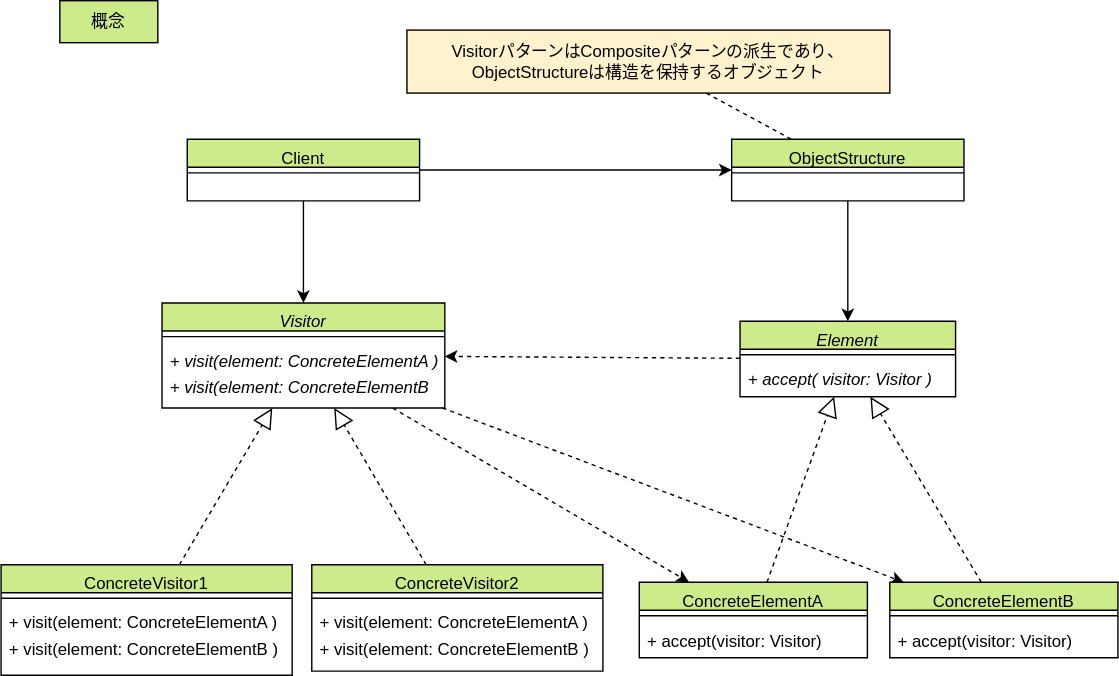
This is drawio/visitor/visitor-concept.drawio.svg from go-to-k/cdk-gof-design-pattern, a draw.io export, as it was before one commit. Source tidied: cells renumbered, new cells last; positions are measured from the earlier drawing's top-left corner, leaving out a move shared by most shapes.
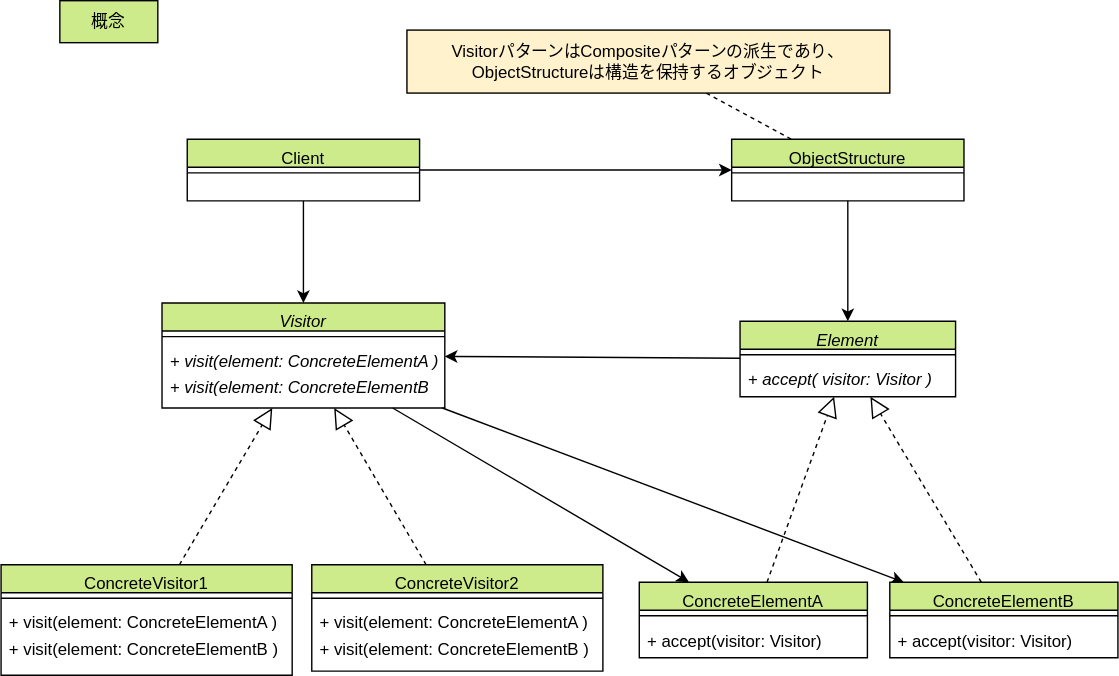
After the commit.

Commit message:
update visitor diagrams and codes

Diff of the diagram source:
```diff
@@ -2,7 +2,7 @@
   <root>
     <mxCell id="0" />
     <mxCell id="1" parent="0" />
-    <mxCell id="2" style="edgeStyle=none;html=1;strokeColor=#000000;dashed=1;" parent="1" edge="1" source="3" target="21">
+    <mxCell id="2" style="edgeStyle=none;html=1;strokeColor=#000000;" parent="1" edge="1" source="3" target="21">
       <mxGeometry relative="1" as="geometry" />
     </mxCell>
     <mxCell id="3" value="Visitor" style="swimlane;fontStyle=2;align=center;verticalAlign=top;horizontal=1;startSize=20;rounded=0;shadow=0;strokeWidth=1;fillColor=#cdeb8b;strokeColor=#000000;fontColor=#000000;" parent="1" vertex="1">
@@ -35,7 +35,7 @@
     <mxCell id="12" style="endArrow=block;dashed=1;endFill=0;endSize=12;html=1;rounded=0;fontColor=#000000;strokeColor=#000000;labelBackgroundColor=none;" parent="1" edge="1" source="8" target="3">
       <mxGeometry relative="1" as="geometry" />
     </mxCell>
-    <mxCell id="13" style="edgeStyle=none;html=1;strokeColor=#000000;dashed=1;" parent="1" edge="1" source="14" target="3">
+    <mxCell id="13" style="edgeStyle=none;html=1;strokeColor=#000000;" parent="1" edge="1" source="14" target="3">
       <mxGeometry relative="1" as="geometry" />
     </mxCell>
     <mxCell id="14" value="Element" style="swimlane;fontStyle=2;align=center;verticalAlign=top;horizontal=1;startSize=20;rounded=0;shadow=0;strokeWidth=1;fillColor=#cdeb8b;strokeColor=#000000;fontColor=#000000;" parent="1" vertex="1">
@@ -86,7 +86,7 @@
     <mxCell id="29" style="endArrow=block;dashed=1;endFill=0;endSize=12;html=1;rounded=0;fontColor=#000000;strokeColor=#000000;labelBackgroundColor=none;" parent="1" edge="1" source="25" target="3">
       <mxGeometry relative="1" as="geometry" />
     </mxCell>
-    <mxCell id="30" style="edgeStyle=none;html=1;dashed=1;strokeColor=#000000;" parent="1" edge="1" source="3" target="17">
+    <mxCell id="30" style="edgeStyle=none;html=1;strokeColor=#000000;" parent="1" edge="1" source="3" target="17">
       <mxGeometry relative="1" as="geometry" />
     </mxCell>
     <mxCell id="31" style="edgeStyle=none;html=1;strokeColor=#000000;" parent="1" edge="1" source="32" target="14">
```
